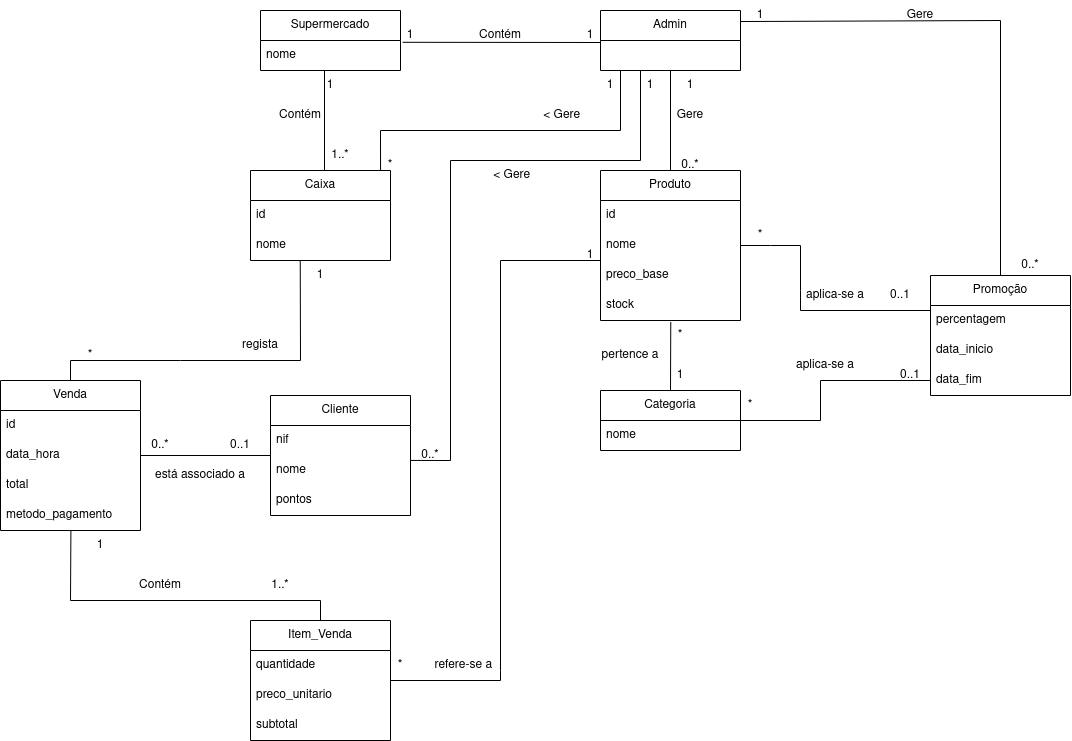
Above: Documentation/Iteration02/diagramas/domain_model.png in compaqle/fsoft2026_1DB_3 (draw.io), before the change. Source tidied: cells renumbered, new cells last; positions are measured from the earlier drawing's top-left corner, leaving out a move shared by most shapes.
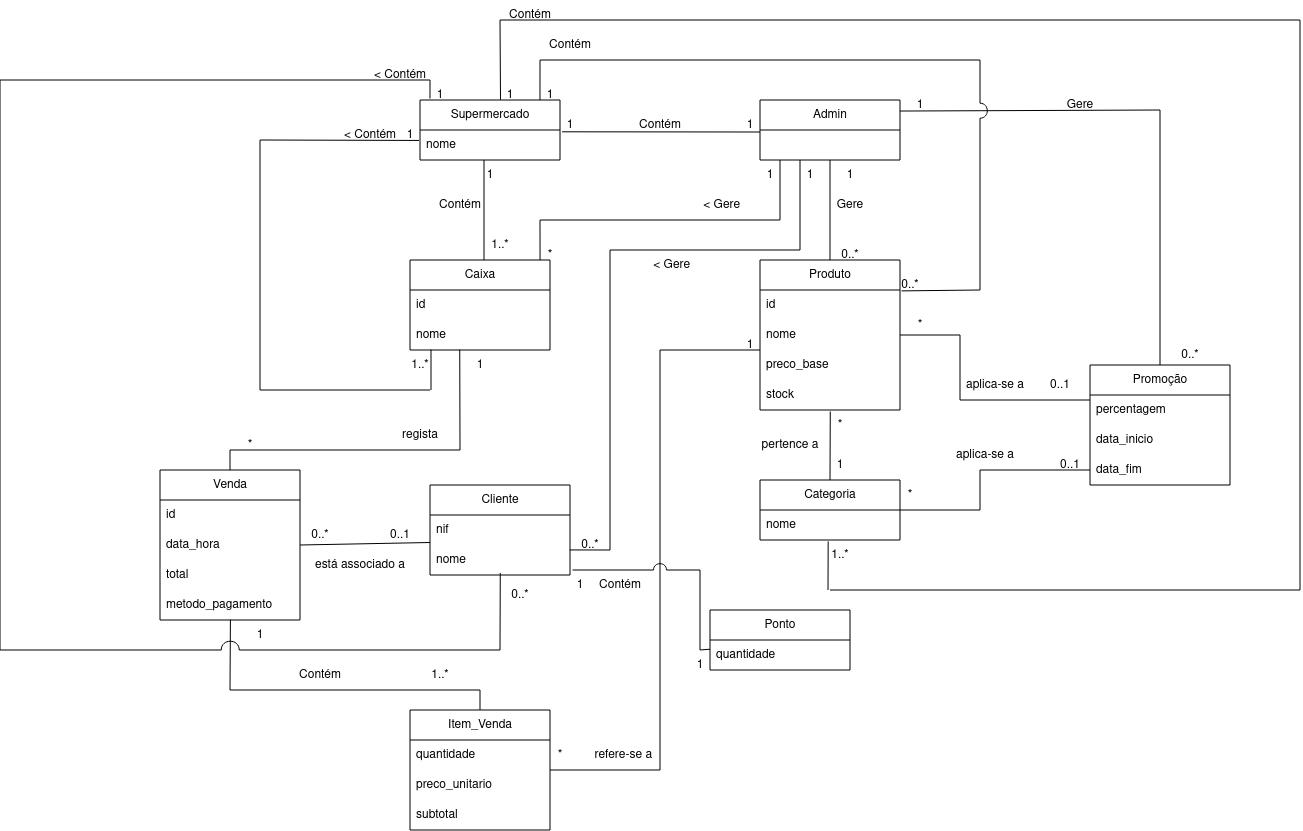
The same file after the commit.

The edit, as a diff of the source:
```diff
@@ -2,6 +2,12 @@
   <root>
     <mxCell id="0" />
     <mxCell id="1" parent="0" />
+    <mxCell id="88" style="endArrow=none;html=1;rounded=0;jumpStyle=arc;" parent="1" edge="1">
+      <mxGeometry relative="1" as="geometry">
+        <mxPoint x="450" y="460" as="sourcePoint" />
+        <mxPoint x="450" y="160" as="targetPoint" />
+      </mxGeometry>
+    </mxCell>
     <mxCell id="2" value="Supermercado" style="swimlane;fontStyle=0;horizontal=1;startSize=30;whiteSpace=wrap;html=1;" parent="1" vertex="1">
       <mxGeometry x="260" y="10" width="140" height="60" as="geometry" />
     </mxCell>
@@ -210,7 +216,7 @@
     <mxCell id="59" value="regista" style="text;html=1;whiteSpace=wrap;strokeColor=none;fillColor=none;align=center;verticalAlign=middle;rounded=0;" parent="1" vertex="1">
       <mxGeometry x="230" y="330" width="60" height="30" as="geometry" />
     </mxCell>
-    <mxCell id="60" style="endArrow=none;html=1;rounded=0;exitX=0.503;exitY=0.988;exitDx=0;exitDy=0;exitPerimeter=0;" parent="1" edge="1" source="58">
+    <mxCell id="60" style="endArrow=none;html=1;rounded=0;exitX=0.503;exitY=0.988;exitDx=0;exitDy=0;exitPerimeter=0;jumpStyle=arc;" parent="1" edge="1" source="58">
       <mxGeometry relative="1" as="geometry">
         <mxPoint x="320" y="600" as="targetPoint" />
         <Array as="points">
@@ -293,11 +299,11 @@
         <mxPoint x="70" y="360" as="targetPoint" />
       </mxGeometry>
     </mxCell>
-    <mxCell id="79" style="endArrow=none;html=1;rounded=0;exitX=1;exitY=0.5;exitDx=0;exitDy=0;" parent="1" edge="1" source="56" target="80">
+    <mxCell id="79" style="endArrow=none;html=1;rounded=0;exitX=1;exitY=0.5;exitDx=0;exitDy=0;entryX=1;entryY=0.75;entryDx=0;entryDy=0;" parent="1" edge="1" source="56" target="86">
       <mxGeometry relative="1" as="geometry" />
     </mxCell>
     <mxCell id="80" value="Cliente" style="swimlane;fontStyle=0;horizontal=1;startSize=30;whiteSpace=wrap;html=1;" parent="1" vertex="1">
-      <mxGeometry x="270" y="395" width="140" height="120" as="geometry" />
+      <mxGeometry x="270" y="395" width="140" height="90" as="geometry" />
     </mxCell>
     <mxCell id="81" value="nif" style="text;strokeColor=none;fillColor=none;align=left;verticalAlign=middle;spacingLeft=4;spacingRight=4;overflow=hidden;whiteSpace=wrap;html=1;" parent="80" vertex="1">
       <mxGeometry y="30" width="140" height="30" as="geometry" />
@@ -305,9 +311,6 @@
     <mxCell id="82" value="nome" style="text;strokeColor=none;fillColor=none;align=left;verticalAlign=middle;spacingLeft=4;spacingRight=4;overflow=hidden;points=[[0,0.5],[1,0.5]];portConstraint=eastwest;whiteSpace=wrap;html=1;" parent="80" vertex="1">
       <mxGeometry y="60" width="140" height="30" as="geometry" />
     </mxCell>
-    <mxCell id="83" value="pontos" style="text;strokeColor=none;fillColor=none;align=left;verticalAlign=middle;spacingLeft=4;spacingRight=4;overflow=hidden;whiteSpace=wrap;html=1;" parent="80" vertex="1">
-      <mxGeometry y="90" width="140" height="30" as="geometry" />
-    </mxCell>
     <mxCell id="84" style="endArrow=none;html=1;rounded=0;exitX=0.998;exitY=0.165;exitDx=0;exitDy=0;exitPerimeter=0;" parent="1" edge="1" source="82">
       <mxGeometry relative="1" as="geometry">
         <mxPoint x="450" y="460" as="targetPoint" />
@@ -322,12 +325,6 @@
     <mxCell id="87" value="está associado a" style="text;html=1;whiteSpace=wrap;strokeColor=none;fillColor=none;align=center;verticalAlign=middle;rounded=0;" parent="1" vertex="1">
       <mxGeometry x="150" y="460" width="100" height="30" as="geometry" />
     </mxCell>
-    <mxCell id="88" style="endArrow=none;html=1;rounded=0;" parent="1" edge="1">
-      <mxGeometry relative="1" as="geometry">
-        <mxPoint x="450" y="460" as="sourcePoint" />
-        <mxPoint x="450" y="160" as="targetPoint" />
-      </mxGeometry>
-    </mxCell>
     <mxCell id="89" style="endArrow=none;html=1;rounded=0;" parent="1" edge="1">
       <mxGeometry relative="1" as="geometry">
         <mxPoint x="450" y="160" as="sourcePoint" />
@@ -367,5 +364,182 @@
     <mxCell id="98" value="0..*" style="text;html=1;whiteSpace=wrap;strokeColor=none;fillColor=none;align=center;verticalAlign=middle;rounded=0;" parent="1" vertex="1">
       <mxGeometry x="1000" y="250" width="60" height="30" as="geometry" />
     </mxCell>
+    <mxCell id="99" style="endArrow=none;html=1;rounded=0;entryX=0.15;entryY=0.986;entryDx=0;entryDy=0;entryPerimeter=0;" parent="1" edge="1" target="42">
+      <mxGeometry relative="1" as="geometry">
+        <mxPoint x="271" y="300" as="sourcePoint" />
+      </mxGeometry>
+    </mxCell>
+    <mxCell id="100" style="endArrow=none;html=1;rounded=0;" parent="1" edge="1">
+      <mxGeometry relative="1" as="geometry">
+        <mxPoint x="100" y="300" as="sourcePoint" />
+        <mxPoint x="270" y="300" as="targetPoint" />
+      </mxGeometry>
+    </mxCell>
+    <mxCell id="101" style="endArrow=none;html=1;rounded=0;" parent="1" edge="1">
+      <mxGeometry relative="1" as="geometry">
+        <mxPoint x="100" y="300" as="sourcePoint" />
+        <mxPoint x="100" y="50" as="targetPoint" />
+      </mxGeometry>
+    </mxCell>
+    <mxCell id="102" style="endArrow=none;html=1;rounded=0;entryX=-0.007;entryY=0.348;entryDx=0;entryDy=0;entryPerimeter=0;" parent="1" edge="1" target="3">
+      <mxGeometry relative="1" as="geometry">
+        <mxPoint x="100" y="50" as="sourcePoint" />
+      </mxGeometry>
+    </mxCell>
+    <mxCell id="103" value="&amp;lt; Contém" style="text;html=1;whiteSpace=wrap;strokeColor=none;fillColor=none;align=center;verticalAlign=middle;rounded=0;" parent="1" vertex="1">
+      <mxGeometry x="180" y="30" width="60" height="30" as="geometry" />
+    </mxCell>
+    <mxCell id="104" value="1" style="text;html=1;whiteSpace=wrap;strokeColor=none;fillColor=none;align=center;verticalAlign=middle;rounded=0;" parent="1" vertex="1">
+      <mxGeometry x="220" y="30" width="60" height="30" as="geometry" />
+    </mxCell>
+    <mxCell id="105" value="1..*" style="text;html=1;whiteSpace=wrap;strokeColor=none;fillColor=none;align=center;verticalAlign=middle;rounded=0;" parent="1" vertex="1">
+      <mxGeometry x="230" y="260" width="60" height="30" as="geometry" />
+    </mxCell>
+    <mxCell id="106" style="endArrow=none;html=1;rounded=0;entryX=0.502;entryY=0.933;entryDx=0;entryDy=0;entryPerimeter=0;" parent="1" edge="1" target="82">
+      <mxGeometry relative="1" as="geometry">
+        <mxPoint x="340" y="560" as="sourcePoint" />
+      </mxGeometry>
+    </mxCell>
+    <mxCell id="107" style="endArrow=none;html=1;rounded=0;jumpStyle=arc;jumpSize=18;" parent="1" edge="1">
+      <mxGeometry relative="1" as="geometry">
+        <mxPoint x="-160" y="560" as="sourcePoint" />
+        <mxPoint x="340" y="560" as="targetPoint" />
+      </mxGeometry>
+    </mxCell>
+    <mxCell id="108" value="&amp;nbsp;" style="text;whiteSpace=wrap;html=1;" parent="1" vertex="1">
+      <mxGeometry x="-80" y="230" width="40" height="40" as="geometry" />
+    </mxCell>
+    <mxCell id="109" style="endArrow=none;html=1;rounded=0;" parent="1" edge="1">
+      <mxGeometry relative="1" as="geometry">
+        <mxPoint x="-160" y="560" as="sourcePoint" />
+        <mxPoint x="-160" y="-10" as="targetPoint" />
+      </mxGeometry>
+    </mxCell>
+    <mxCell id="110" style="endArrow=none;html=1;rounded=0;" parent="1" edge="1">
+      <mxGeometry relative="1" as="geometry">
+        <mxPoint x="-160" y="-10" as="sourcePoint" />
+        <mxPoint x="270" y="-10" as="targetPoint" />
+      </mxGeometry>
+    </mxCell>
+    <mxCell id="111" style="endArrow=none;html=1;rounded=0;exitX=0.071;exitY=-0.025;exitDx=0;exitDy=0;exitPerimeter=0;" parent="1" edge="1" source="2">
+      <mxGeometry relative="1" as="geometry">
+        <mxPoint x="270" y="-10" as="targetPoint" />
+        <Array as="points">
+          <mxPoint x="270" />
+        </Array>
+      </mxGeometry>
+    </mxCell>
+    <mxCell id="112" value="1" style="text;html=1;whiteSpace=wrap;strokeColor=none;fillColor=none;align=center;verticalAlign=middle;rounded=0;" parent="1" vertex="1">
+      <mxGeometry x="250" y="-10" width="60" height="30" as="geometry" />
+    </mxCell>
+    <mxCell id="113" value="0..*" style="text;html=1;whiteSpace=wrap;strokeColor=none;fillColor=none;align=center;verticalAlign=middle;rounded=0;" parent="1" vertex="1">
+      <mxGeometry x="330" y="490" width="60" height="30" as="geometry" />
+    </mxCell>
+    <mxCell id="114" value="&amp;lt; Contém" style="text;html=1;whiteSpace=wrap;strokeColor=none;fillColor=none;align=center;verticalAlign=middle;rounded=0;" parent="1" vertex="1">
+      <mxGeometry x="210" y="-30" width="60" height="30" as="geometry" />
+    </mxCell>
+    <mxCell id="115" style="endArrow=none;html=1;rounded=0;entryX=1.011;entryY=0.206;entryDx=0;entryDy=0;entryPerimeter=0;" parent="1" edge="1" target="12">
+      <mxGeometry relative="1" as="geometry">
+        <mxPoint x="820" y="200" as="sourcePoint" />
+      </mxGeometry>
+    </mxCell>
+    <mxCell id="116" style="endArrow=none;html=1;rounded=0;jumpStyle=arc;jumpSize=15;" parent="1" edge="1">
+      <mxGeometry relative="1" as="geometry">
+        <mxPoint x="820" y="-30" as="sourcePoint" />
+        <mxPoint x="820" y="200" as="targetPoint" />
+      </mxGeometry>
+    </mxCell>
+    <mxCell id="117" style="endArrow=none;html=1;rounded=0;" parent="1" edge="1">
+      <mxGeometry relative="1" as="geometry">
+        <mxPoint x="380" y="-30" as="sourcePoint" />
+        <mxPoint x="820" y="-30" as="targetPoint" />
+      </mxGeometry>
+    </mxCell>
+    <mxCell id="118" style="endArrow=none;html=1;rounded=0;exitX=0.333;exitY=0.667;exitDx=0;exitDy=0;exitPerimeter=0;" parent="1" edge="1" source="119">
+      <mxGeometry relative="1" as="geometry">
+        <mxPoint x="380" y="-30" as="targetPoint" />
+      </mxGeometry>
+    </mxCell>
+    <mxCell id="119" value="1" style="text;html=1;whiteSpace=wrap;strokeColor=none;fillColor=none;align=center;verticalAlign=middle;rounded=0;" parent="1" vertex="1">
+      <mxGeometry x="360" y="-10" width="60" height="30" as="geometry" />
+    </mxCell>
+    <mxCell id="120" value="Contém" style="text;html=1;whiteSpace=wrap;strokeColor=none;fillColor=none;align=center;verticalAlign=middle;rounded=0;" parent="1" vertex="1">
+      <mxGeometry x="380" y="-60" width="60" height="30" as="geometry" />
+    </mxCell>
+    <mxCell id="121" value="0..*" style="text;html=1;whiteSpace=wrap;strokeColor=none;fillColor=none;align=center;verticalAlign=middle;rounded=0;" parent="1" vertex="1">
+      <mxGeometry x="720" y="180" width="60" height="30" as="geometry" />
+    </mxCell>
+    <mxCell id="122" style="endArrow=none;html=1;rounded=0;entryX=0.487;entryY=1.046;entryDx=0;entryDy=0;entryPerimeter=0;" parent="1" edge="1" target="19">
+      <mxGeometry relative="1" as="geometry">
+        <mxPoint x="668" y="500" as="sourcePoint" />
+      </mxGeometry>
+    </mxCell>
+    <mxCell id="123" style="endArrow=none;html=1;rounded=0;" parent="1" edge="1">
+      <mxGeometry relative="1" as="geometry">
+        <mxPoint x="1140" y="500" as="sourcePoint" />
+        <mxPoint x="670" y="500" as="targetPoint" />
+      </mxGeometry>
+    </mxCell>
+    <mxCell id="124" style="endArrow=none;html=1;rounded=0;" parent="1" edge="1">
+      <mxGeometry relative="1" as="geometry">
+        <mxPoint x="1140" y="-70" as="sourcePoint" />
+        <mxPoint x="1140" y="500" as="targetPoint" />
+      </mxGeometry>
+    </mxCell>
+    <mxCell id="125" style="endArrow=none;html=1;rounded=0;" parent="1" edge="1">
+      <mxGeometry relative="1" as="geometry">
+        <mxPoint x="340" y="-70" as="sourcePoint" />
+        <mxPoint x="1140" y="-70" as="targetPoint" />
+      </mxGeometry>
+    </mxCell>
+    <mxCell id="126" style="endArrow=none;html=1;rounded=0;exitX=0.575;exitY=-0.003;exitDx=0;exitDy=0;exitPerimeter=0;" parent="1" edge="1" source="2">
+      <mxGeometry relative="1" as="geometry">
+        <mxPoint x="340" y="-70" as="targetPoint" />
+      </mxGeometry>
+    </mxCell>
+    <mxCell id="127" value="Contém" style="text;html=1;whiteSpace=wrap;strokeColor=none;fillColor=none;align=center;verticalAlign=middle;rounded=0;" parent="1" vertex="1">
+      <mxGeometry x="340" y="-90" width="60" height="30" as="geometry" />
+    </mxCell>
+    <mxCell id="128" value="1" style="text;html=1;whiteSpace=wrap;strokeColor=none;fillColor=none;align=center;verticalAlign=middle;rounded=0;" parent="1" vertex="1">
+      <mxGeometry x="320" y="-10" width="60" height="30" as="geometry" />
+    </mxCell>
+    <mxCell id="129" value="1..*" style="text;html=1;whiteSpace=wrap;strokeColor=none;fillColor=none;align=center;verticalAlign=middle;rounded=0;" parent="1" vertex="1">
+      <mxGeometry x="650" y="450" width="60" height="30" as="geometry" />
+    </mxCell>
+    <mxCell id="130" value="Ponto" style="swimlane;fontStyle=0;horizontal=1;startSize=30;whiteSpace=wrap;html=1;" parent="1" vertex="1">
+      <mxGeometry x="550" y="520" width="140" height="60" as="geometry" />
+    </mxCell>
+    <mxCell id="131" value="quantidade" style="text;strokeColor=none;fillColor=none;align=left;verticalAlign=middle;spacingLeft=4;spacingRight=4;overflow=hidden;points=[[0,0.5],[1,0.5]];portConstraint=eastwest;whiteSpace=wrap;html=1;" parent="130" vertex="1">
+      <mxGeometry y="30" width="140" height="30" as="geometry" />
+    </mxCell>
+    <mxCell id="132" style="endArrow=none;html=1;rounded=0;entryX=1.018;entryY=0.998;entryDx=0;entryDy=0;entryPerimeter=0;jumpStyle=arc;jumpSize=13;" parent="1" edge="1">
+      <mxGeometry relative="1" as="geometry">
+        <mxPoint x="540" y="480" as="sourcePoint" />
+        <mxPoint x="412.5" y="480" as="targetPoint" />
+      </mxGeometry>
+    </mxCell>
+    <mxCell id="133" style="endArrow=none;html=1;rounded=0;" parent="1" edge="1">
+      <mxGeometry relative="1" as="geometry">
+        <mxPoint x="540" y="560" as="sourcePoint" />
+        <mxPoint x="540" y="480" as="targetPoint" />
+      </mxGeometry>
+    </mxCell>
+    <mxCell id="134" style="endArrow=none;html=1;rounded=0;entryX=0;entryY=0.307;entryDx=0;entryDy=0;entryPerimeter=0;" parent="1" edge="1" target="131">
+      <mxGeometry relative="1" as="geometry">
+        <mxPoint x="540" y="560" as="sourcePoint" />
+        <Array as="points">
+          <mxPoint x="540" y="560" />
+        </Array>
+      </mxGeometry>
+    </mxCell>
+    <mxCell id="135" value="1" style="text;html=1;whiteSpace=wrap;strokeColor=none;fillColor=none;align=center;verticalAlign=middle;rounded=0;" parent="1" vertex="1">
+      <mxGeometry x="390" y="480" width="60" height="30" as="geometry" />
+    </mxCell>
+    <mxCell id="136" value="Contém" style="text;html=1;whiteSpace=wrap;strokeColor=none;fillColor=none;align=center;verticalAlign=middle;rounded=0;" parent="1" vertex="1">
+      <mxGeometry x="430" y="480" width="60" height="30" as="geometry" />
+    </mxCell>
+    <mxCell id="137" value="1" style="text;html=1;whiteSpace=wrap;strokeColor=none;fillColor=none;align=center;verticalAlign=middle;rounded=0;" parent="1" vertex="1">
+      <mxGeometry x="510" y="560" width="60" height="30" as="geometry" />
+    </mxCell>
   </root>
 </mxGraphModel>
```
